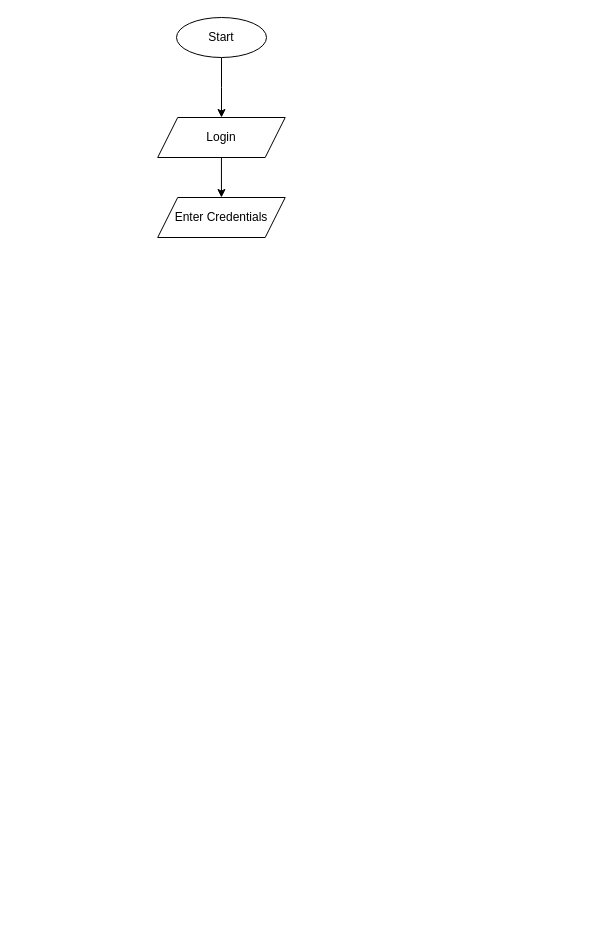
Before: Admin_FlowChart.drawio in N0Obitaz/DrawIODiagrams, a draw.io diagram. Source tidied: cells renumbered, new cells numbered last; positions are measured from the earlier drawing's top-left corner, leaving out a move shared by most shapes. Both pictures are drawn from the tidied source at 100%, with x=0, y=0 at pixel (157, 17).
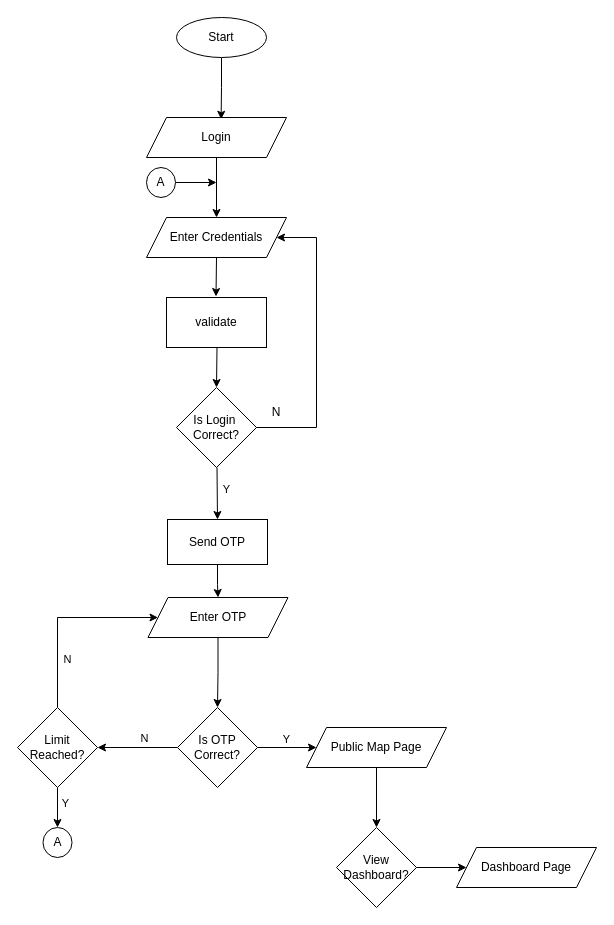
After the change.

The change refers to these unchanged cells:
```xml
<mxCell id="3" value="Start" style="ellipse;whiteSpace=wrap;html=1;" parent="1" vertex="1">
  <mxGeometry x="19" width="90" height="40" as="geometry" />
</mxCell>
```

Change to the diagram source:
```diff
@@
-    <mxCell id="2" style="edgeStyle=orthogonalEdgeStyle;rounded=0;jettySize=auto;html=1;" parent="1" edge="1" source="3" target="5">
+    <mxCell id="2" style="edgeStyle=orthogonalEdgeStyle;rounded=0;jettySize=auto;html=1;entryX=0.533;entryY=0.044;entryDx=0;entryDy=0;entryPerimeter=0;" parent="1" edge="1" source="3" target="5">
       <mxGeometry relative="1" as="geometry" />
     </mxCell>
@@
+    <mxCell id="6" value="Enter Credentials" style="shape=parallelogram;perimeter=parallelogramPerimeter;whiteSpace=wrap;html=1;fixedSize=1;" parent="1" vertex="1">
+      <mxGeometry x="-11" y="200" width="140" height="40" as="geometry" />
+    </mxCell>
+    <mxCell id="7" style="endArrow=classic;html=1;rounded=0;entryX=0.529;entryY=-0.036;entryDx=0;entryDy=0;entryPerimeter=0;exitX=0.5;exitY=1;exitDx=0;exitDy=0;" parent="1" edge="1" source="6">
+      <mxGeometry relative="1" as="geometry">
+        <mxPoint x="58.5" y="279" as="targetPoint" />
+      </mxGeometry>
+    </mxCell>
+    <mxCell id="8" value="validate" style="rounded=0;whiteSpace=wrap;html=1;" parent="1" vertex="1">
+      <mxGeometry x="9" y="280" width="100" height="50" as="geometry" />
+    </mxCell>
+    <mxCell id="9" style="endArrow=classic;html=1;rounded=0;exitX=0.5;exitY=1;exitDx=0;exitDy=0;exitPerimeter=0;entryX=0.5;entryY=0;entryDx=0;entryDy=0;" parent="1" edge="1" target="10">
+      <mxGeometry relative="1" as="geometry">
+        <mxPoint x="59.5" y="330" as="sourcePoint" />
+      </mxGeometry>
+    </mxCell>
+    <mxCell id="10" value="Is Login&amp;nbsp;&lt;div&gt;Correct?&lt;/div&gt;" style="rhombus;whiteSpace=wrap;html=1;" parent="1" vertex="1">
+      <mxGeometry x="19" y="370" width="80" height="80" as="geometry" />
+    </mxCell>
+    <mxCell id="11" style="endArrow=classic;html=1;rounded=0;exitX=0.5;exitY=1;exitDx=0;exitDy=0;exitPerimeter=0;entryX=0.5;entryY=0;entryDx=0;entryDy=0;" parent="1" edge="1" target="16">
+      <mxGeometry relative="1" as="geometry">
+        <mxPoint x="59.5" y="450" as="sourcePoint" />
+      </mxGeometry>
+    </mxCell>
+    <mxCell id="12" value="Y" style="edgeLabel;html=1;align=center;verticalAlign=middle;" parent="11" vertex="1">
+      <mxGeometry x="-0.15" y="1" relative="1" as="geometry">
+        <mxPoint x="8" as="offset" />
+      </mxGeometry>
+    </mxCell>
+    <mxCell id="13" style="endArrow=classic;html=1;rounded=0;exitX=1;exitY=0.5;exitDx=0;exitDy=0;entryX=1;entryY=0.5;entryDx=0;entryDy=0;" parent="1" edge="1" source="10" target="6">
+      <mxGeometry relative="1" as="geometry">
+        <Array as="points">
+          <mxPoint x="159" y="410" />
+          <mxPoint x="159" y="220" />
+        </Array>
+      </mxGeometry>
+    </mxCell>
+    <mxCell id="14" value="N" style="text;html=1;whiteSpace=wrap;strokeColor=none;fillColor=none;align=center;verticalAlign=middle;rounded=0;" parent="1" vertex="1">
+      <mxGeometry x="89" y="380" width="60" height="30" as="geometry" />
+    </mxCell>
+    <mxCell id="15" style="edgeStyle=orthogonalEdgeStyle;rounded=0;jettySize=auto;html=1;entryX=0.5;entryY=0;entryDx=0;entryDy=0;" parent="1" edge="1" source="16" target="18">
+      <mxGeometry relative="1" as="geometry" />
+    </mxCell>
+    <mxCell id="16" value="Send OTP" style="rounded=0;whiteSpace=wrap;html=1;" parent="1" vertex="1">
+      <mxGeometry x="10" y="502" width="100" height="45" as="geometry" />
+    </mxCell>
+    <mxCell id="17" style="edgeStyle=orthogonalEdgeStyle;rounded=0;jettySize=auto;html=1;" parent="1" edge="1" source="18" target="23">
+      <mxGeometry relative="1" as="geometry" />
+    </mxCell>
+    <mxCell id="18" value="Enter OTP" style="shape=parallelogram;perimeter=parallelogramPerimeter;whiteSpace=wrap;html=1;fixedSize=1;" parent="1" vertex="1">
+      <mxGeometry x="-9.5" y="580" width="140" height="40" as="geometry" />
+    </mxCell>
+    <mxCell id="19" style="edgeStyle=orthogonalEdgeStyle;rounded=0;jettySize=auto;html=1;" parent="1" edge="1" source="23" target="25">
+      <mxGeometry relative="1" as="geometry" />
+    </mxCell>
+    <mxCell id="20" value="&lt;div&gt;&lt;span style=&quot;background-color: light-dark(#ffffff, var(--ge-dark-color, #121212)); color: light-dark(rgb(0, 0, 0), rgb(255, 255, 255));&quot;&gt;Y&lt;/span&gt;&lt;/div&gt;" style="edgeLabel;html=1;align=center;verticalAlign=middle;" parent="19" vertex="1">
+      <mxGeometry x="0.03" y="1" relative="1" as="geometry">
+        <mxPoint x="-2" y="-8" as="offset" />
+      </mxGeometry>
+    </mxCell>
+    <mxCell id="21" style="edgeStyle=orthogonalEdgeStyle;rounded=0;jettySize=auto;html=1;" parent="1" edge="1" source="23" target="30">
+      <mxGeometry relative="1" as="geometry" />
+    </mxCell>
+    <mxCell id="22" value="N" style="edgeLabel;html=1;align=center;verticalAlign=middle;" parent="21" vertex="1">
+      <mxGeometry x="-0.14" relative="1" as="geometry">
+        <mxPoint y="-10" as="offset" />
+      </mxGeometry>
+    </mxCell>
+    <mxCell id="23" value="Is OTP Correct?" style="rhombus;whiteSpace=wrap;html=1;" parent="1" vertex="1">
+      <mxGeometry x="20" y="690" width="80" height="80" as="geometry" />
+    </mxCell>
@@
     <mxCell id="5" value="Login" style="shape=parallelogram;perimeter=parallelogramPerimeter;whiteSpace=wrap;html=1;fixedSize=1;" parent="1" vertex="1">
-      <mxGeometry x="0.2" y="100" width="127.5" height="40" as="geometry" />
+      <mxGeometry x="-11" y="100" width="140" height="40" as="geometry" />
     </mxCell>
-    <mxCell id="6" value="Enter Credentials" style="shape=parallelogram;perimeter=parallelogramPerimeter;whiteSpace=wrap;html=1;fixedSize=1;" parent="1" vertex="1">
-      <mxGeometry x="0.2" y="180" width="127.5" height="40" as="geometry" />
-    </mxCell>
+    <mxCell id="24" style="edgeStyle=orthogonalEdgeStyle;rounded=0;jettySize=auto;html=1;" parent="1" edge="1" source="25" target="35">
+      <mxGeometry relative="1" as="geometry" />
+    </mxCell>
+    <mxCell id="25" value="Public Map Page" style="shape=parallelogram;perimeter=parallelogramPerimeter;whiteSpace=wrap;html=1;fixedSize=1;" parent="1" vertex="1">
+      <mxGeometry x="149" y="710" width="140" height="40" as="geometry" />
+    </mxCell>
+    <mxCell id="26" style="edgeStyle=orthogonalEdgeStyle;rounded=0;jettySize=auto;html=1;entryX=0;entryY=0.5;entryDx=0;entryDy=0;" parent="1" edge="1" source="30" target="18">
+      <mxGeometry relative="1" as="geometry">
+        <Array as="points">
+          <mxPoint x="-100" y="600" />
+        </Array>
+      </mxGeometry>
+    </mxCell>
+    <mxCell id="27" value="N" style="edgeLabel;html=1;align=center;verticalAlign=middle;" parent="26" vertex="1">
+      <mxGeometry x="-0.49" relative="1" as="geometry">
+        <mxPoint x="9" as="offset" />
+      </mxGeometry>
+    </mxCell>
+    <mxCell id="28" style="edgeStyle=orthogonalEdgeStyle;rounded=0;jettySize=auto;html=1;" parent="1" edge="1" source="30" target="31">
+      <mxGeometry relative="1" as="geometry" />
+    </mxCell>
+    <mxCell id="29" value="Y" style="edgeLabel;html=1;align=center;verticalAlign=middle;" parent="28" vertex="1">
+      <mxGeometry x="-0.7" y="1" relative="1" as="geometry">
+        <mxPoint x="6" y="9" as="offset" />
+      </mxGeometry>
+    </mxCell>
+    <mxCell id="30" value="Limit Reached?" style="rhombus;whiteSpace=wrap;html=1;" parent="1" vertex="1">
+      <mxGeometry x="-140" y="690" width="80" height="80" as="geometry" />
+    </mxCell>
+    <mxCell id="31" value="A" style="ellipse;whiteSpace=wrap;html=1;" parent="1" vertex="1">
+      <mxGeometry x="-114.5" y="810" width="29" height="30" as="geometry" />
+    </mxCell>
+    <mxCell id="32" style="edgeStyle=orthogonalEdgeStyle;rounded=0;jettySize=auto;html=1;" parent="1" edge="1" source="33">
+      <mxGeometry relative="1" as="geometry">
+        <mxPoint x="59" y="165" as="targetPoint" />
+      </mxGeometry>
+    </mxCell>
+    <mxCell id="33" value="A" style="ellipse;whiteSpace=wrap;html=1;" parent="1" vertex="1">
+      <mxGeometry x="-11" y="150" width="29" height="30" as="geometry" />
+    </mxCell>
+    <mxCell id="34" style="edgeStyle=orthogonalEdgeStyle;rounded=0;jettySize=auto;html=1;" parent="1" edge="1" source="35" target="36">
+      <mxGeometry relative="1" as="geometry" />
+    </mxCell>
+    <mxCell id="35" value="View Dashboard?" style="rhombus;whiteSpace=wrap;html=1;" parent="1" vertex="1">
+      <mxGeometry x="179" y="810" width="80" height="80" as="geometry" />
+    </mxCell>
+    <mxCell id="36" value="Dashboard Page" style="shape=parallelogram;perimeter=parallelogramPerimeter;whiteSpace=wrap;html=1;fixedSize=1;" parent="1" vertex="1">
+      <mxGeometry x="299" y="830" width="140" height="40" as="geometry" />
+    </mxCell>
```
